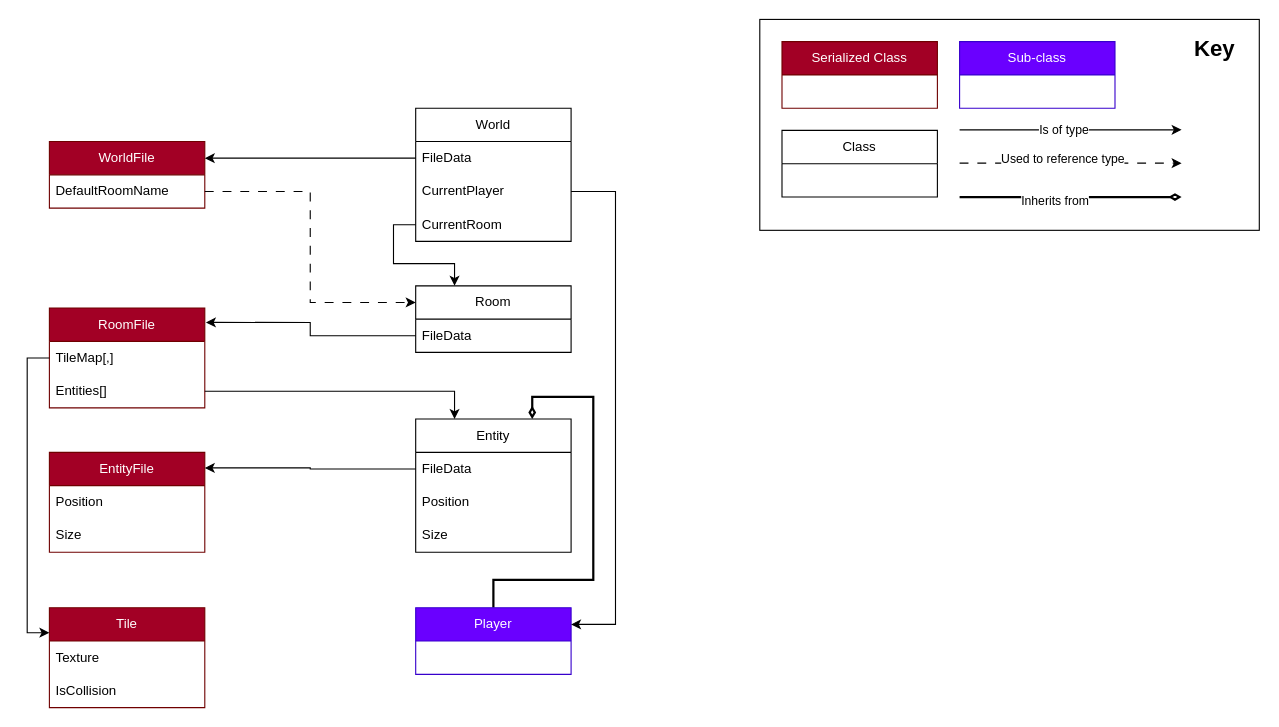
The draw.io diagram Diagrams/GameObject Class Diagram.drawio in Photon-Gaming/RPG-Project, before the edit. Source tidied: cells renumbered, new cells numbered last; positions are measured from the earlier drawing's top-left corner, leaving out a move shared by most shapes. Both pictures are drawn from the tidied source at 111%, with x=0, y=0 at pixel (49, 19).
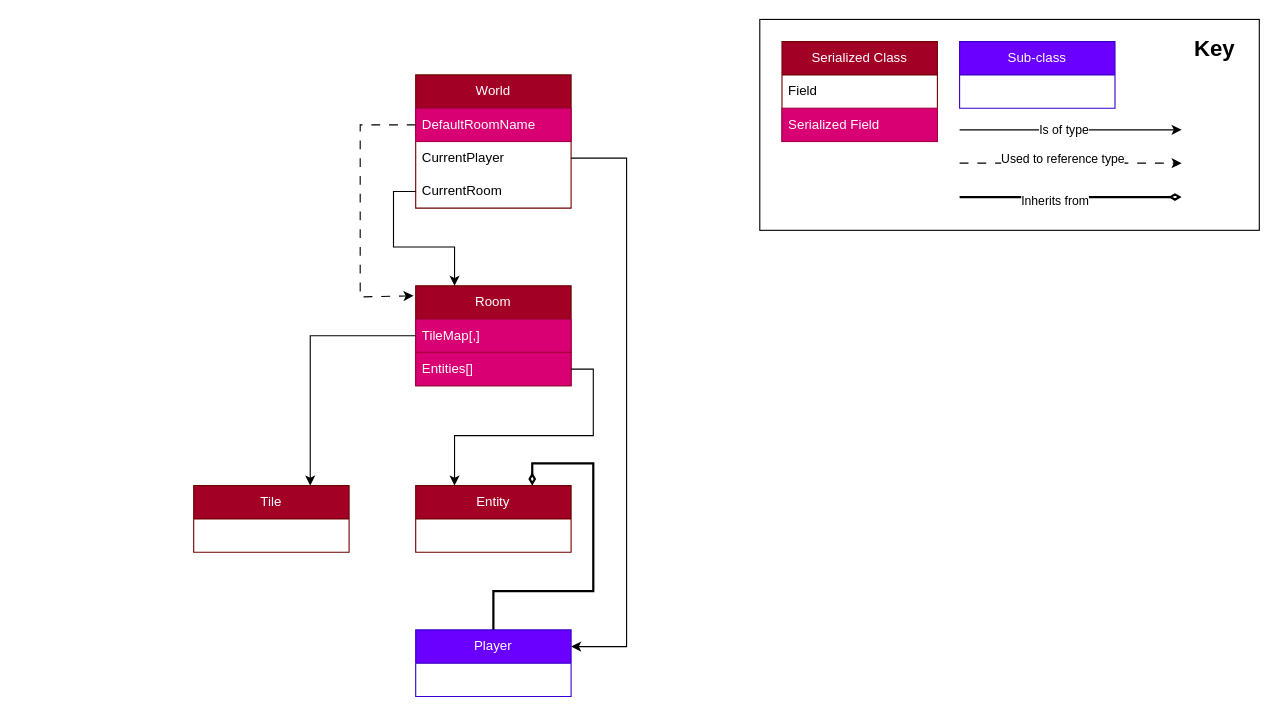
The same diagram, later.

Commit message (it also covers changes not shown here):
Remove need for separated serialized classes

The edit, as a diff of the source:
```diff
@@
-    <mxCell id="2" value="&lt;div&gt;WorldFile&lt;/div&gt;" style="swimlane;fontStyle=0;horizontal=1;startSize=30;whiteSpace=wrap;html=1;fillColor=#a20025;strokeColor=#6F0000;fontColor=#ffffff;" parent="1" vertex="1">
-      <mxGeometry y="110" width="140" height="60" as="geometry" />
-    </mxCell>
+    <mxCell id="7" value="World" style="swimlane;fontStyle=0;horizontal=1;startSize=30;whiteSpace=wrap;html=1;fillColor=#a20025;fontColor=#ffffff;strokeColor=#6F0000;" parent="1" vertex="1">
+      <mxGeometry x="330" y="50" width="140" height="120" as="geometry" />
+    </mxCell>
-    <mxCell id="3" value="&lt;div&gt;DefaultRoomName&lt;/div&gt;" style="text;strokeColor=none;fillColor=none;align=left;verticalAlign=middle;spacingLeft=4;spacingRight=4;overflow=hidden;points=[[0,0.5],[1,0.5]];portConstraint=eastwest;whiteSpace=wrap;html=1;" parent="2" vertex="1">
+    <mxCell id="3" value="DefaultRoomName" style="text;strokeColor=#A50040;fillColor=#d80073;align=left;verticalAlign=middle;spacingLeft=4;spacingRight=4;overflow=hidden;points=[[0,0.5],[1,0.5]];portConstraint=eastwest;whiteSpace=wrap;html=1;fontColor=#ffffff;" parent="7" vertex="1">
       <mxGeometry y="30" width="140" height="30" as="geometry" />
     </mxCell>
-    <mxCell id="4" value="&lt;div&gt;RoomFile&lt;/div&gt;" style="swimlane;fontStyle=0;horizontal=1;startSize=30;whiteSpace=wrap;html=1;fillColor=#a20025;strokeColor=#6F0000;fontColor=#ffffff;" parent="1" vertex="1">
-      <mxGeometry y="260" width="140" height="90" as="geometry" />
-    </mxCell>
+    <mxCell id="9" value="CurrentPlayer" style="text;strokeColor=none;fillColor=none;align=left;verticalAlign=middle;spacingLeft=4;spacingRight=4;overflow=hidden;points=[[0,0.5],[1,0.5]];portConstraint=eastwest;whiteSpace=wrap;html=1;" parent="7" vertex="1">
+      <mxGeometry y="60" width="140" height="30" as="geometry" />
+    </mxCell>
+    <mxCell id="10" value="CurrentRoom" style="text;strokeColor=none;fillColor=none;align=left;verticalAlign=middle;spacingLeft=4;spacingRight=4;overflow=hidden;points=[[0,0.5],[1,0.5]];portConstraint=eastwest;whiteSpace=wrap;html=1;" parent="7" vertex="1">
+      <mxGeometry y="90" width="140" height="30" as="geometry" />
+    </mxCell>
+    <mxCell id="12" value="&lt;div&gt;Room&lt;/div&gt;" style="swimlane;fontStyle=0;horizontal=1;startSize=30;whiteSpace=wrap;html=1;fillColor=#a20025;fontColor=#ffffff;strokeColor=#6F0000;" parent="1" vertex="1">
+      <mxGeometry x="330" y="240" width="140" height="90" as="geometry" />
+    </mxCell>
-    <mxCell id="5" value="&lt;div&gt;TileMap[,]&lt;/div&gt;" style="text;strokeColor=none;fillColor=none;align=left;verticalAlign=middle;spacingLeft=4;spacingRight=4;overflow=hidden;points=[[0,0.5],[1,0.5]];portConstraint=eastwest;whiteSpace=wrap;html=1;" parent="4" vertex="1">
+    <mxCell id="5" value="&lt;div&gt;TileMap[,]&lt;/div&gt;" style="text;strokeColor=#A50040;fillColor=#d80073;align=left;verticalAlign=middle;spacingLeft=4;spacingRight=4;overflow=hidden;points=[[0,0.5],[1,0.5]];portConstraint=eastwest;whiteSpace=wrap;html=1;fontColor=#ffffff;" parent="12" vertex="1">
       <mxGeometry y="30" width="140" height="30" as="geometry" />
     </mxCell>
-    <mxCell id="6" value="&lt;div&gt;Entities[]&lt;/div&gt;" style="text;strokeColor=none;fillColor=none;align=left;verticalAlign=middle;spacingLeft=4;spacingRight=4;overflow=hidden;points=[[0,0.5],[1,0.5]];portConstraint=eastwest;whiteSpace=wrap;html=1;" parent="4" vertex="1">
+    <mxCell id="6" value="&lt;div&gt;Entities[]&lt;/div&gt;" style="text;strokeColor=#A50040;fillColor=#d80073;align=left;verticalAlign=middle;spacingLeft=4;spacingRight=4;overflow=hidden;points=[[0,0.5],[1,0.5]];portConstraint=eastwest;whiteSpace=wrap;html=1;fontColor=#ffffff;" parent="12" vertex="1">
       <mxGeometry y="60" width="140" height="30" as="geometry" />
     </mxCell>
-    <mxCell id="7" value="World" style="swimlane;fontStyle=0;horizontal=1;startSize=30;whiteSpace=wrap;html=1;" parent="1" vertex="1">
-      <mxGeometry x="330" y="80" width="140" height="120" as="geometry" />
-    </mxCell>
-    <mxCell id="8" value="FileData" style="text;strokeColor=none;fillColor=none;align=left;verticalAlign=middle;spacingLeft=4;spacingRight=4;overflow=hidden;points=[[0,0.5],[1,0.5]];portConstraint=eastwest;whiteSpace=wrap;html=1;" parent="7" vertex="1">
-      <mxGeometry y="30" width="140" height="30" as="geometry" />
-    </mxCell>
-    <mxCell id="9" value="CurrentPlayer" style="text;strokeColor=none;fillColor=none;align=left;verticalAlign=middle;spacingLeft=4;spacingRight=4;overflow=hidden;points=[[0,0.5],[1,0.5]];portConstraint=eastwest;whiteSpace=wrap;html=1;" parent="7" vertex="1">
-      <mxGeometry y="60" width="140" height="30" as="geometry" />
-    </mxCell>
-    <mxCell id="10" value="CurrentRoom" style="text;strokeColor=none;fillColor=none;align=left;verticalAlign=middle;spacingLeft=4;spacingRight=4;overflow=hidden;points=[[0,0.5],[1,0.5]];portConstraint=eastwest;whiteSpace=wrap;html=1;" parent="7" vertex="1">
-      <mxGeometry y="90" width="140" height="30" as="geometry" />
-    </mxCell>
-    <mxCell id="11" style="edgeStyle=orthogonalEdgeStyle;rounded=0;jettySize=auto;html=1;exitX=0;exitY=0.5;exitDx=0;exitDy=0;entryX=1;entryY=0.25;entryDx=0;entryDy=0;" parent="1" edge="1" source="8" target="2">
-      <mxGeometry relative="1" as="geometry" />
-    </mxCell>
-    <mxCell id="12" value="&lt;div&gt;Room&lt;/div&gt;" style="swimlane;fontStyle=0;horizontal=1;startSize=30;whiteSpace=wrap;html=1;" parent="1" vertex="1">
-      <mxGeometry x="330" y="240" width="140" height="60" as="geometry" />
-    </mxCell>
-    <mxCell id="13" value="FileData" style="text;strokeColor=none;fillColor=none;align=left;verticalAlign=middle;spacingLeft=4;spacingRight=4;overflow=hidden;points=[[0,0.5],[1,0.5]];portConstraint=eastwest;whiteSpace=wrap;html=1;" parent="12" vertex="1">
-      <mxGeometry y="30" width="140" height="30" as="geometry" />
-    </mxCell>
-    <mxCell id="14" style="edgeStyle=orthogonalEdgeStyle;rounded=0;jettySize=auto;html=1;exitX=0;exitY=0.5;exitDx=0;exitDy=0;entryX=1.007;entryY=0.144;entryDx=0;entryDy=0;entryPerimeter=0;" parent="1" edge="1" source="13" target="4">
-      <mxGeometry relative="1" as="geometry" />
-    </mxCell>
-    <mxCell id="15" style="edgeStyle=orthogonalEdgeStyle;rounded=0;jettySize=auto;html=1;exitX=1;exitY=0.5;exitDx=0;exitDy=0;entryX=0;entryY=0.25;entryDx=0;entryDy=0;dashed=1;dashPattern=8 8;" parent="1" edge="1" source="3" target="12">
-      <mxGeometry relative="1" as="geometry" />
+    <mxCell id="15" style="edgeStyle=orthogonalEdgeStyle;rounded=0;jettySize=auto;html=1;exitX=0;exitY=0.5;exitDx=0;exitDy=0;entryX=-0.014;entryY=0.1;entryDx=0;entryDy=0;dashed=1;dashPattern=8 8;entryPerimeter=0;" parent="1" edge="1" source="3" target="12">
+      <mxGeometry relative="1" as="geometry">
+        <Array as="points">
+          <mxPoint x="280" y="95" />
+          <mxPoint x="280" y="250" />
+        </Array>
+      </mxGeometry>
     </mxCell>
@@
-    <mxCell id="17" value="EntityFile" style="swimlane;fontStyle=0;horizontal=1;startSize=30;whiteSpace=wrap;html=1;fillColor=#a20025;strokeColor=#6F0000;fontColor=#ffffff;" parent="1" vertex="1">
-      <mxGeometry y="390" width="140" height="90" as="geometry" />
-    </mxCell>
-    <mxCell id="18" value="&lt;div&gt;Position&lt;/div&gt;" style="text;strokeColor=none;fillColor=none;align=left;verticalAlign=middle;spacingLeft=4;spacingRight=4;overflow=hidden;whiteSpace=wrap;html=1;" parent="17" vertex="1">
-      <mxGeometry y="30" width="140" height="30" as="geometry" />
-    </mxCell>
-    <mxCell id="19" value="Size" style="text;strokeColor=none;fillColor=none;align=left;verticalAlign=middle;spacingLeft=4;spacingRight=4;overflow=hidden;whiteSpace=wrap;html=1;" parent="17" vertex="1">
-      <mxGeometry y="60" width="140" height="30" as="geometry" />
-    </mxCell>
-    <mxCell id="20" value="Entity" style="swimlane;fontStyle=0;horizontal=1;startSize=30;whiteSpace=wrap;html=1;" parent="1" vertex="1">
-      <mxGeometry x="330" y="360" width="140" height="120" as="geometry" />
+    <mxCell id="20" value="Entity" style="swimlane;fontStyle=0;horizontal=1;startSize=30;whiteSpace=wrap;html=1;fillColor=#a20025;fontColor=#ffffff;strokeColor=#6F0000;" parent="1" vertex="1">
+      <mxGeometry x="330" y="420" width="140" height="60" as="geometry" />
     </mxCell>
-    <mxCell id="21" value="&lt;div&gt;FileData&lt;/div&gt;" style="text;strokeColor=none;fillColor=none;align=left;verticalAlign=middle;spacingLeft=4;spacingRight=4;overflow=hidden;points=[[0,0.5],[1,0.5]];portConstraint=eastwest;whiteSpace=wrap;html=1;" parent="20" vertex="1">
-      <mxGeometry y="30" width="140" height="30" as="geometry" />
-    </mxCell>
-    <mxCell id="22" value="&lt;div&gt;Position&lt;/div&gt;" style="text;strokeColor=none;fillColor=none;align=left;verticalAlign=middle;spacingLeft=4;spacingRight=4;overflow=hidden;whiteSpace=wrap;html=1;" parent="20" vertex="1">
-      <mxGeometry y="60" width="140" height="30" as="geometry" />
-    </mxCell>
-    <mxCell id="23" value="Size" style="text;strokeColor=none;fillColor=none;align=left;verticalAlign=middle;spacingLeft=4;spacingRight=4;overflow=hidden;whiteSpace=wrap;html=1;" parent="20" vertex="1">
-      <mxGeometry y="90" width="140" height="30" as="geometry" />
-    </mxCell>
-    <mxCell id="24" style="edgeStyle=orthogonalEdgeStyle;rounded=0;jettySize=auto;html=1;exitX=0;exitY=0.5;exitDx=0;exitDy=0;entryX=1;entryY=0.156;entryDx=0;entryDy=0;entryPerimeter=0;" parent="1" edge="1" source="21" target="17">
-      <mxGeometry relative="1" as="geometry" />
-    </mxCell>
@@
     <mxCell id="26" value="Tile" style="swimlane;fontStyle=0;horizontal=1;startSize=30;whiteSpace=wrap;html=1;fillColor=#a20025;strokeColor=#6F0000;fontColor=#ffffff;" parent="1" vertex="1">
-      <mxGeometry y="530" width="140" height="90" as="geometry" />
+      <mxGeometry x="130" y="420" width="140" height="60" as="geometry" />
     </mxCell>
-    <mxCell id="27" value="Texture" style="text;strokeColor=none;fillColor=none;align=left;verticalAlign=middle;spacingLeft=4;spacingRight=4;overflow=hidden;whiteSpace=wrap;html=1;" parent="26" vertex="1">
-      <mxGeometry y="30" width="140" height="30" as="geometry" />
-    </mxCell>
-    <mxCell id="28" value="IsCollision" style="text;strokeColor=none;fillColor=none;align=left;verticalAlign=middle;spacingLeft=4;spacingRight=4;overflow=hidden;whiteSpace=wrap;html=1;" parent="26" vertex="1">
-      <mxGeometry y="60" width="140" height="30" as="geometry" />
-    </mxCell>
-    <mxCell id="29" style="edgeStyle=orthogonalEdgeStyle;rounded=0;jettySize=auto;html=1;exitX=0;exitY=0.5;exitDx=0;exitDy=0;entryX=0;entryY=0.25;entryDx=0;entryDy=0;" parent="1" edge="1" source="5" target="26">
+    <mxCell id="29" style="edgeStyle=orthogonalEdgeStyle;rounded=0;jettySize=auto;html=1;exitX=0;exitY=0.5;exitDx=0;exitDy=0;entryX=0.75;entryY=0;entryDx=0;entryDy=0;" parent="1" edge="1" source="5" target="26">
       <mxGeometry relative="1" as="geometry" />
     </mxCell>
@@
     <mxCell id="31" value="Player" style="swimlane;fontStyle=0;horizontal=1;startSize=30;whiteSpace=wrap;html=1;fillColor=#6a00ff;strokeColor=#3700CC;fontColor=#ffffff;" parent="1" vertex="1">
-      <mxGeometry x="330" y="530" width="140" height="60" as="geometry" />
+      <mxGeometry x="330" y="550" width="140" height="60" as="geometry" />
     </mxCell>
-    <mxCell id="32" style="edgeStyle=orthogonalEdgeStyle;rounded=0;jettySize=auto;html=1;exitX=1;exitY=0.5;exitDx=0;exitDy=0;entryX=1;entryY=0.25;entryDx=0;entryDy=0;" parent="1" edge="1" source="9" target="31">
-      <mxGeometry relative="1" as="geometry">
-        <Array as="points">
-          <mxPoint x="510" y="155" />
-          <mxPoint x="510" y="545" />
-        </Array>
-      </mxGeometry>
-    </mxCell>
@@
     <mxCell id="34" value="Serialized Class" style="swimlane;fontStyle=0;horizontal=1;startSize=30;whiteSpace=wrap;html=1;fillColor=#a20025;strokeColor=#6F0000;fontColor=#ffffff;" parent="1" vertex="1">
-      <mxGeometry x="660" y="20" width="140" height="60" as="geometry" />
+      <mxGeometry x="660" y="20" width="140" height="90" as="geometry" />
     </mxCell>
-    <mxCell id="35" value="&lt;div&gt;Class&lt;/div&gt;" style="swimlane;fontStyle=0;horizontal=1;startSize=30;whiteSpace=wrap;html=1;" parent="1" vertex="1">
-      <mxGeometry x="660" y="100" width="140" height="60" as="geometry" />
-    </mxCell>
+    <mxCell id="44" value="Field" style="text;strokeColor=none;fillColor=none;align=left;verticalAlign=middle;spacingLeft=4;spacingRight=4;overflow=hidden;whiteSpace=wrap;html=1;" parent="34" vertex="1">
+      <mxGeometry y="30" width="140" height="30" as="geometry" />
+    </mxCell>
+    <mxCell id="45" value="Serialized Field" style="text;strokeColor=#A50040;fillColor=#d80073;align=left;verticalAlign=middle;spacingLeft=4;spacingRight=4;overflow=hidden;whiteSpace=wrap;html=1;fontColor=#ffffff;" parent="34" vertex="1">
+      <mxGeometry y="60" width="140" height="30" as="geometry" />
+    </mxCell>
@@
+    <mxCell id="32" style="edgeStyle=orthogonalEdgeStyle;rounded=0;jettySize=auto;html=1;exitX=1;exitY=0.5;exitDx=0;exitDy=0;entryX=1;entryY=0.25;entryDx=0;entryDy=0;" parent="1" edge="1" source="9" target="31">
+      <mxGeometry relative="1" as="geometry">
+        <Array as="points">
+          <mxPoint x="520" y="125" />
+          <mxPoint x="520" y="565" />
+        </Array>
+      </mxGeometry>
+    </mxCell>
```
